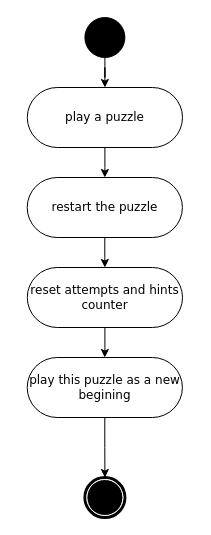
maxinimize/uml keeps this draw.io diagram as restart current puzzle.drawio. Above is the earlier version. Source tidied: cells renumbered, new cells numbered last; positions are measured from the earlier drawing's top-left corner, leaving out a move shared by most shapes. Both pictures are drawn from the tidied source at 100%, with x=0, y=0 at pixel (27, 17).
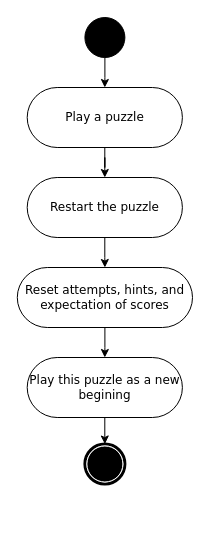
After the change.

What changed in the source:
```diff
@@
 <mxGraphModel>
   <root>
     <mxCell id="0" />
     <mxCell id="1" parent="0" />
     <mxCell id="2" style="edgeStyle=orthogonalEdgeStyle;rounded=0;jettySize=auto;html=1;entryX=0.5;entryY=0;entryDx=0;entryDy=0;" parent="1" edge="1" source="3" target="6">
       <mxGeometry relative="1" as="geometry" />
     </mxCell>
     <mxCell id="3" style="ellipse;whiteSpace=wrap;html=1;rounded=0;shadow=0;comic=0;labelBackgroundColor=none;strokeWidth=1;fillColor=#000000;fontFamily=Verdana;fontSize=12;align=center;" parent="1" vertex="1">
       <mxGeometry x="57.4" width="40" height="40" as="geometry" />
     </mxCell>
     <mxCell id="4" style="shape=mxgraph.bpmn.shape;html=1;verticalLabelPosition=bottom;labelBackgroundColor=#ffffff;verticalAlign=top;perimeter=ellipsePerimeter;outline=end;symbol=terminate;rounded=0;shadow=0;comic=0;strokeWidth=1;fontFamily=Verdana;fontSize=12;align=center;" parent="1" vertex="1">
-      <mxGeometry x="57.4" y="460" width="40" height="40" as="geometry" />
+      <mxGeometry x="57.4" y="426.5" width="40" height="40" as="geometry" />
     </mxCell>
     <mxCell id="5" style="edgeStyle=orthogonalEdgeStyle;rounded=0;jettySize=auto;html=1;" parent="1" edge="1" source="6" target="8">
       <mxGeometry relative="1" as="geometry" />
     </mxCell>
-    <mxCell id="6" value="play a puzzle" style="rounded=1;whiteSpace=wrap;html=1;shadow=0;comic=0;labelBackgroundColor=none;strokeWidth=1;fontFamily=Verdana;fontSize=12;align=center;arcSize=50;" parent="1" vertex="1">
-      <mxGeometry x="-0.2" y="70" width="155.2" height="60" as="geometry" />
+    <mxCell id="6" value="Play a puzzle" style="rounded=1;whiteSpace=wrap;html=1;shadow=0;comic=0;labelBackgroundColor=none;strokeWidth=1;fontFamily=Verdana;fontSize=12;align=center;arcSize=50;" parent="1" vertex="1">
+      <mxGeometry x="-0.3" y="70" width="155.2" height="60" as="geometry" />
     </mxCell>
     <mxCell id="7" style="edgeStyle=orthogonalEdgeStyle;rounded=0;jettySize=auto;html=1;" parent="1" edge="1" source="8">
       <mxGeometry relative="1" as="geometry">
         <mxPoint x="77.4" y="250" as="targetPoint" />
       </mxGeometry>
     </mxCell>
-    <mxCell id="8" value="restart the puzzle" style="rounded=1;whiteSpace=wrap;html=1;shadow=0;comic=0;labelBackgroundColor=none;strokeWidth=1;fontFamily=Verdana;fontSize=12;align=center;arcSize=50;" parent="1" vertex="1">
+    <mxCell id="8" value="Restart the puzzle" style="rounded=1;whiteSpace=wrap;html=1;shadow=0;comic=0;labelBackgroundColor=none;strokeWidth=1;fontFamily=Verdana;fontSize=12;align=center;arcSize=50;" parent="1" vertex="1">
       <mxGeometry x="-0.3" y="160" width="155.2" height="60" as="geometry" />
     </mxCell>
     <mxCell id="9" style="edgeStyle=orthogonalEdgeStyle;rounded=0;jettySize=auto;html=1;" parent="1" edge="1" source="10" target="12">
       <mxGeometry relative="1" as="geometry" />
     </mxCell>
-    <mxCell id="10" value="reset attempts and hints counter" style="rounded=1;whiteSpace=wrap;html=1;shadow=0;comic=0;labelBackgroundColor=none;strokeWidth=1;fontFamily=Verdana;fontSize=12;align=center;arcSize=50;" parent="1" vertex="1">
-      <mxGeometry x="-0.2" y="250" width="155.2" height="60" as="geometry" />
+    <mxCell id="10" value="Reset attempts, hints, and expectation of scores" style="rounded=1;whiteSpace=wrap;html=1;shadow=0;comic=0;labelBackgroundColor=none;strokeWidth=1;fontFamily=Verdana;fontSize=12;align=center;arcSize=50;" parent="1" vertex="1">
+      <mxGeometry x="-10.2" y="250" width="175.2" height="60" as="geometry" />
     </mxCell>
     <mxCell id="11" style="edgeStyle=orthogonalEdgeStyle;rounded=0;jettySize=auto;html=1;" parent="1" edge="1" source="12" target="4">
       <mxGeometry relative="1" as="geometry" />
     </mxCell>
-    <mxCell id="12" value="play this puzzle as a new begining" style="rounded=1;whiteSpace=wrap;html=1;shadow=0;comic=0;labelBackgroundColor=none;strokeWidth=1;fontFamily=Verdana;fontSize=12;align=center;arcSize=50;" parent="1" vertex="1">
+    <mxCell id="12" value="Play this puzzle as a new begining" style="rounded=1;whiteSpace=wrap;html=1;shadow=0;comic=0;labelBackgroundColor=none;strokeWidth=1;fontFamily=Verdana;fontSize=12;align=center;arcSize=50;" parent="1" vertex="1">
       <mxGeometry x="-0.3" y="340" width="155.2" height="60" as="geometry" />
     </mxCell>
   </root>
 </mxGraphModel>
```
